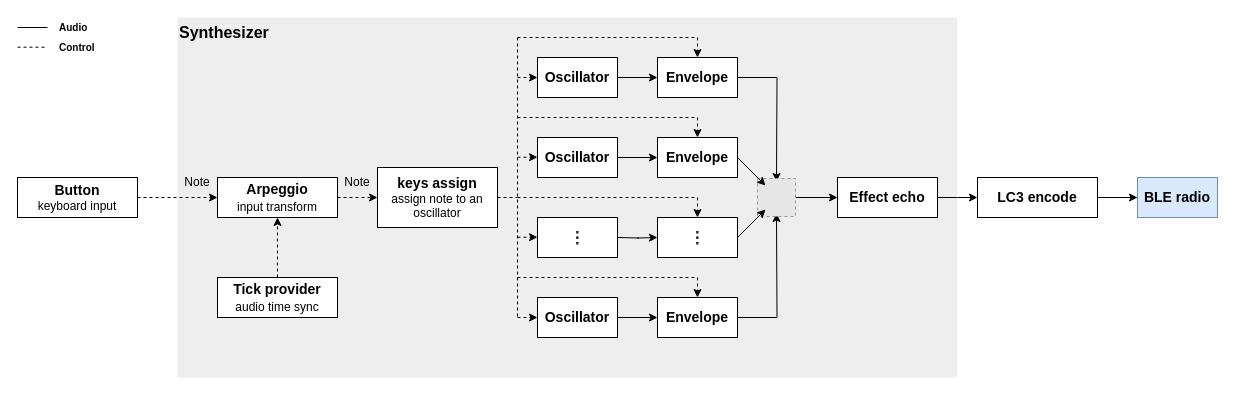
ReinBentdal/le_audio_synthesizer keeps this draw.io diagram as assets/synth_flowchart.drawio. Above is the earlier version. Source tidied: cells renumbered, new cells numbered last; positions are measured from the earlier drawing's top-left corner, leaving out a move shared by most shapes. Both pictures are drawn from the tidied source at 100%, with x=0, y=0 at pixel (17, 17). Pictures stored in the file or linked from it are replaced by grey dashed boxes.
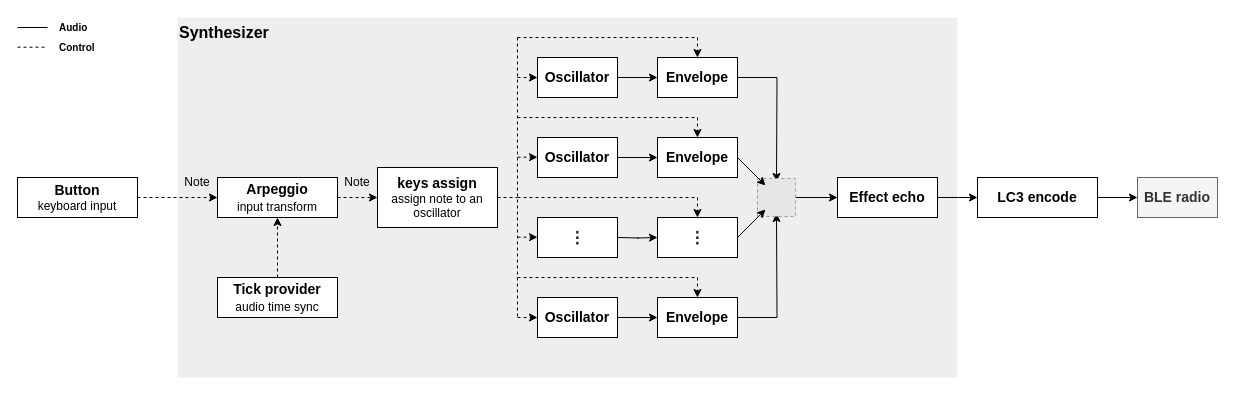
The same diagram, later.

Diff of the diagram source:
```diff
@@
-    <mxCell id="37" value="&lt;b&gt;BLE radio&lt;/b&gt;" style="rounded=0;whiteSpace=wrap;html=1;fontSize=14;fillColor=#dae8fc;strokeColor=#6c8ebf;fontFamily=Helvetica;" parent="1" vertex="1">
+    <mxCell id="37" value="&lt;b&gt;BLE radio&lt;/b&gt;" style="rounded=0;whiteSpace=wrap;html=1;fontSize=14;fillColor=#f5f5f5;strokeColor=#666666;fontFamily=Helvetica;fontColor=#333333;" parent="1" vertex="1">
       <mxGeometry x="1120" y="160" width="80" height="40" as="geometry" />
     </mxCell>
```
